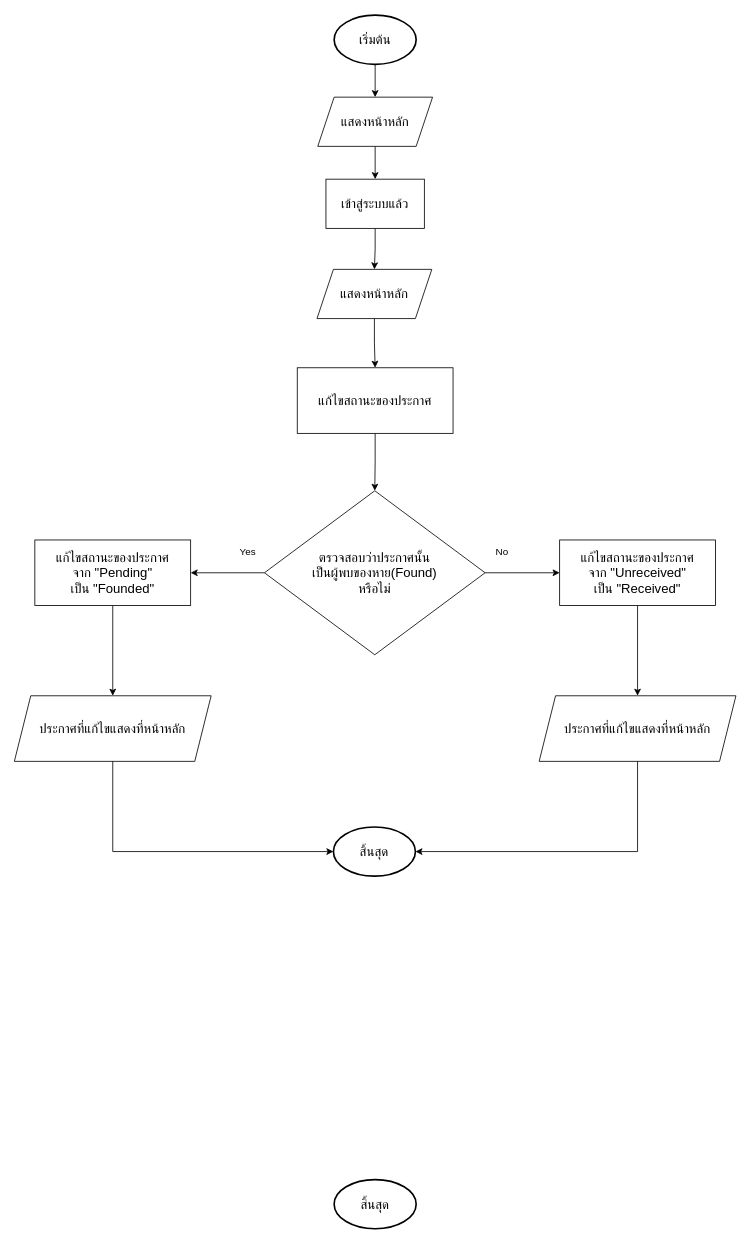
This is page "Edit-Post" (6 of 7) of Untitled Diagram.drawio from 64160106/projectfinal, a draw.io file, before an edit. Source tidied: cells renumbered, new cells numbered last; positions are measured from the earlier drawing's top-left corner, leaving out a move shared by most shapes. Both pictures are drawn from the tidied source at 82%, with x=0, y=0 at pixel (14, 15).
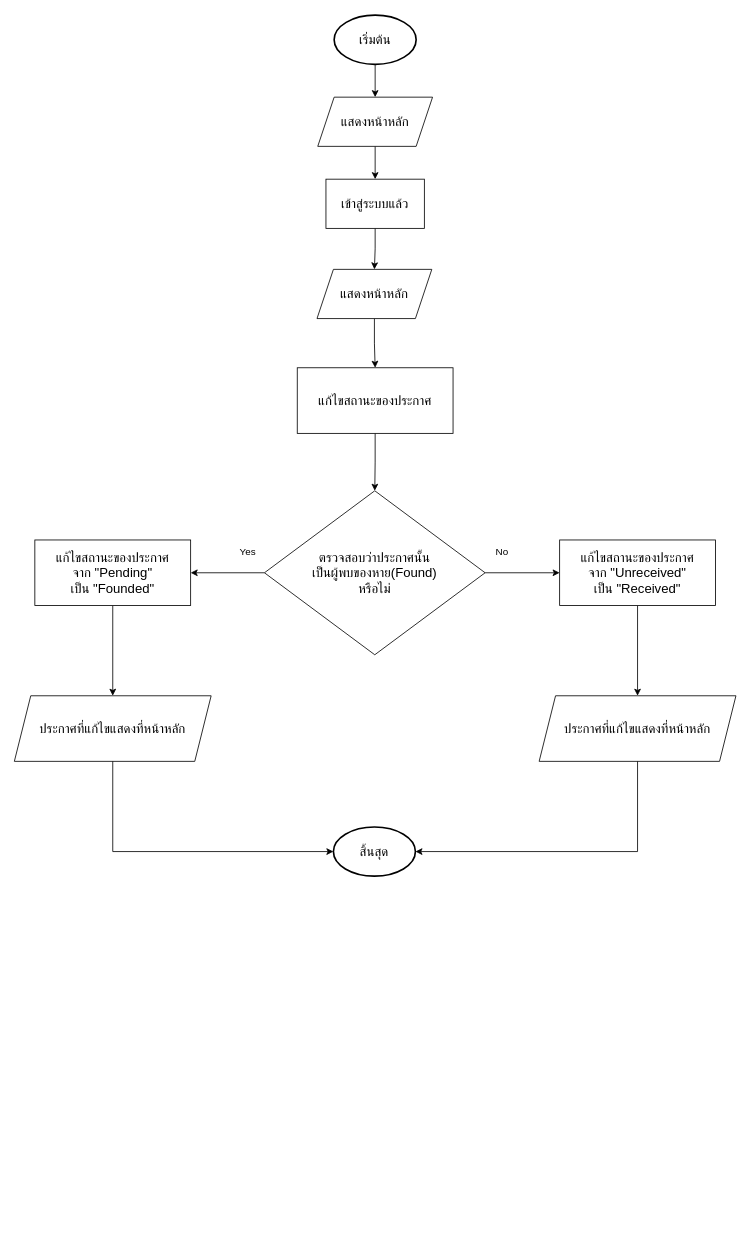
The same diagram, later.

Change to the diagram source:
```diff
@@
-    <mxCell id="8" value="&lt;span style=&quot;font-size: 16px;&quot;&gt;สิ้นสุด&lt;/span&gt;" style="strokeWidth=2;html=1;shape=mxgraph.flowchart.start_1;whiteSpace=wrap;" parent="1" vertex="1">
-      <mxGeometry x="390" y="1420" width="100" height="60" as="geometry" />
-    </mxCell>
```
